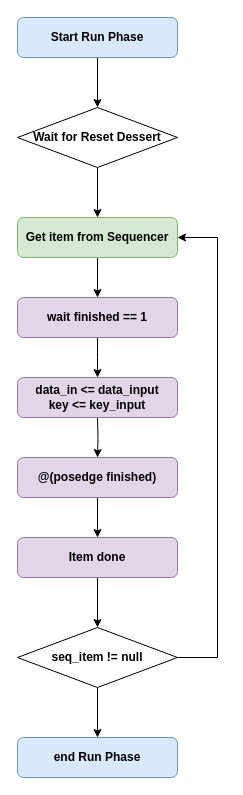
106210049/AES-128 keeps this draw.io diagram as page "AES Driver" (26 of 28) of AES128 Diagram.drawio. Above is the earlier version. Source tidied: cells renumbered, new cells numbered last; positions are measured from the earlier drawing's top-left corner, leaving out a move shared by most shapes. Both pictures are drawn from the tidied source at 100%, with x=0, y=0 at pixel (17, 17).
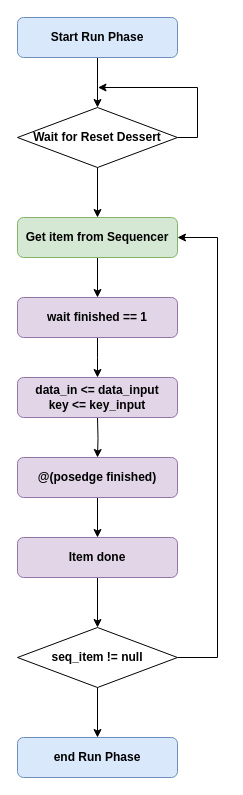
The same diagram, later.

The change refers to these unchanged cells:
```xml
<mxCell id="5" value="Wait for Reset Dessert" style="rhombus;whiteSpace=wrap;html=1;shapeInside=1;fontStyle=1;" parent="1" vertex="1">
  <mxGeometry y="90" width="160" height="60" as="geometry" />
</mxCell>
```

Change to the diagram source:
```diff
@@
+    <mxCell id="20" style="edgeStyle=orthogonalEdgeStyle;rounded=0;jettySize=auto;html=1;exitX=1;exitY=0.5;exitDx=0;exitDy=0;" parent="1" edge="1" source="5">
+      <mxGeometry relative="1" as="geometry">
+        <mxPoint x="80" y="70" as="targetPoint" />
+      </mxGeometry>
+    </mxCell>
```
